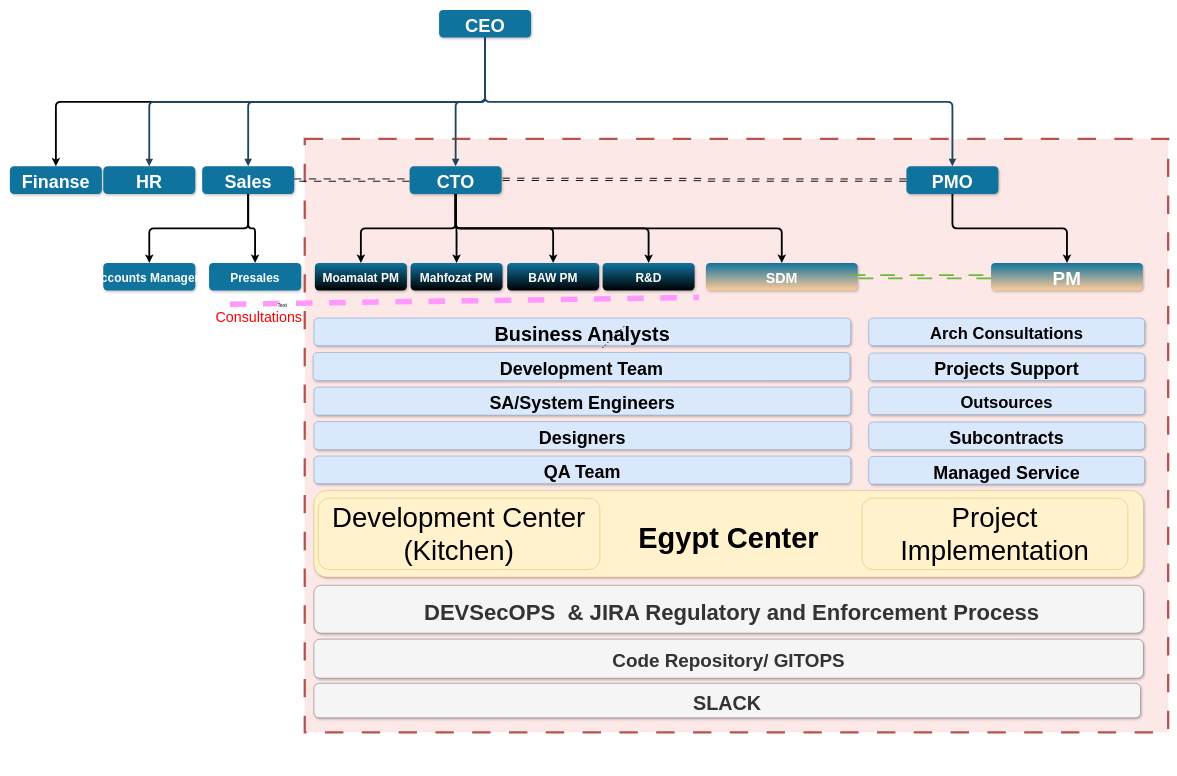
Before: Untitled Diagram9.drawio in Basharabulaban/dataserve, a draw.io diagram. Source tidied: cells renumbered, new cells numbered last; positions are measured from the earlier drawing's top-left corner, leaving out a move shared by most shapes. Both pictures are drawn from the tidied source at 46%, with x=0, y=0 at pixel (10, 10).
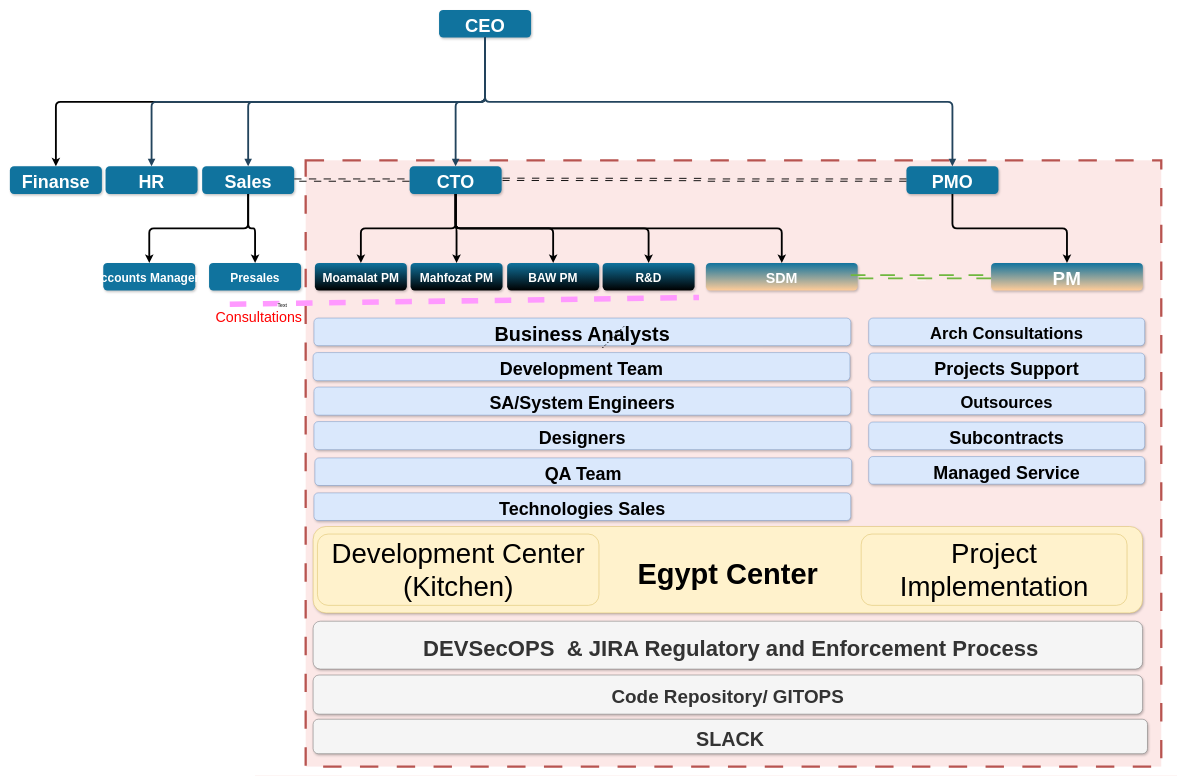
Above is the later version.

What changed in the source:
```diff
@@
     <mxCell id="2" style="rounded=0;whiteSpace=wrap;html=1;absoluteArcSize=1;arcSize=14;strokeWidth=5;fillColor=#fce8e7;strokeColor=#b85450;dashed=1;dashPattern=8 8;fontSize=76;labelPosition=center;verticalLabelPosition=bottom;align=center;verticalAlign=top;fontColor=#ff0000;" parent="1" vertex="1">
-      <mxGeometry x="641" y="280.5" width="1877" height="1290" as="geometry" />
+      <mxGeometry x="643" y="327" width="1860" height="1318" as="geometry" />
     </mxCell>
@@
     <mxCell id="12" value="HR" style="rounded=1;fillColor=#10739E;strokeColor=none;shadow=1;gradientColor=none;fontStyle=1;fontColor=#FFFFFF;fontSize=39;" parent="1" vertex="1">
-      <mxGeometry x="203" y="340" width="200" height="60" as="geometry" />
+      <mxGeometry x="208" y="340" width="200" height="60" as="geometry" />
     </mxCell>
@@
     <mxCell id="14" value="Code Repository/ GITOPS" style="rounded=1;fillColor=#f5f5f5;strokeColor=#666666;shadow=1;fontStyle=1;fontSize=41;rotation=0;fontColor=#333333;" parent="1" vertex="1">
-      <mxGeometry x="661" y="1368" width="1803.2" height="85" as="geometry" />
+      <mxGeometry x="659.2" y="1446" width="1803.2" height="85" as="geometry" />
     </mxCell>
     <mxCell id="15" value=" DEVSecOPS  &amp; JIRA Regulatory and Enforcement Process" style="rounded=1;fillColor=#f5f5f5;strokeColor=#666666;shadow=1;fontStyle=1;fontSize=48;fontColor=#333333;" parent="1" vertex="1">
-      <mxGeometry x="661" y="1251" width="1803.2" height="104" as="geometry" />
+      <mxGeometry x="659.2" y="1329" width="1803.2" height="104" as="geometry" />
     </mxCell>
@@
     <mxCell id="30" value="Egypt Center" style="rounded=1;fillColor=#fff2cc;strokeColor=#d6b656;shadow=1;fontStyle=1;fontSize=63;verticalAlign=middle;labelPosition=center;verticalLabelPosition=middle;align=center;" parent="1" vertex="1">
-      <mxGeometry x="661" y="1045" width="1803.2" height="188" as="geometry" />
+      <mxGeometry x="659.2" y="1123" width="1803.2" height="188" as="geometry" />
     </mxCell>
@@
     <mxCell id="36" value="&lt;font style=&quot;font-size: 60px;&quot;&gt;Development Center (Kitchen)&lt;/font&gt;" style="rounded=1;whiteSpace=wrap;html=1;fontSize=60;fillColor=#fff2cc;strokeColor=#d6b656;" parent="1" vertex="1">
-      <mxGeometry x="670.4" y="1061.5" width="612" height="155" as="geometry" />
+      <mxGeometry x="668.6" y="1139.5" width="612" height="155" as="geometry" />
     </mxCell>
     <mxCell id="37" value="&lt;font style=&quot;font-size: 60px;&quot;&gt;Project Implementation &lt;font style=&quot;font-size: 60px;&quot;&gt;&lt;br style=&quot;font-size: 60px;&quot;&gt;&lt;/font&gt;&lt;/font&gt;" style="rounded=1;whiteSpace=wrap;html=1;fontSize=60;fillColor=#fff2cc;strokeColor=#d6b656;" parent="1" vertex="1">
-      <mxGeometry x="1852.4" y="1061.5" width="578" height="155" as="geometry" />
+      <mxGeometry x="1850.6" y="1139.5" width="578" height="155" as="geometry" />
     </mxCell>
@@
-    <mxCell id="41" value="QA Team" style="rounded=1;fillColor=#dae8fc;strokeColor=#6c8ebf;shadow=1;fontStyle=1;fontSize=39;" parent="1" vertex="1">
-      <mxGeometry x="661" y="970" width="1167" height="60" as="geometry" />
+    <mxCell id="41" value="Technologies Sales " style="rounded=1;fillColor=#dae8fc;strokeColor=#6c8ebf;shadow=1;fontStyle=1;fontSize=39;" parent="1" vertex="1">
+      <mxGeometry x="661" y="1050" width="1167" height="60" as="geometry" />
     </mxCell>
@@
     <mxCell id="47" value="SLACK" style="rounded=1;fillColor=#f5f5f5;strokeColor=#666666;shadow=1;fontStyle=1;fontSize=43;fontColor=#333333;" parent="1" vertex="1">
-      <mxGeometry x="661" y="1464" width="1797" height="75" as="geometry" />
+      <mxGeometry x="659.2" y="1542" width="1813.8" height="75" as="geometry" />
     </mxCell>
@@
+    <mxCell id="55" value="QA Team" style="rounded=1;fillColor=#dae8fc;strokeColor=#6c8ebf;shadow=1;fontStyle=1;fontSize=39;" parent="1" vertex="1">
+      <mxGeometry x="663" y="974" width="1167" height="60" as="geometry" />
+    </mxCell>
```
